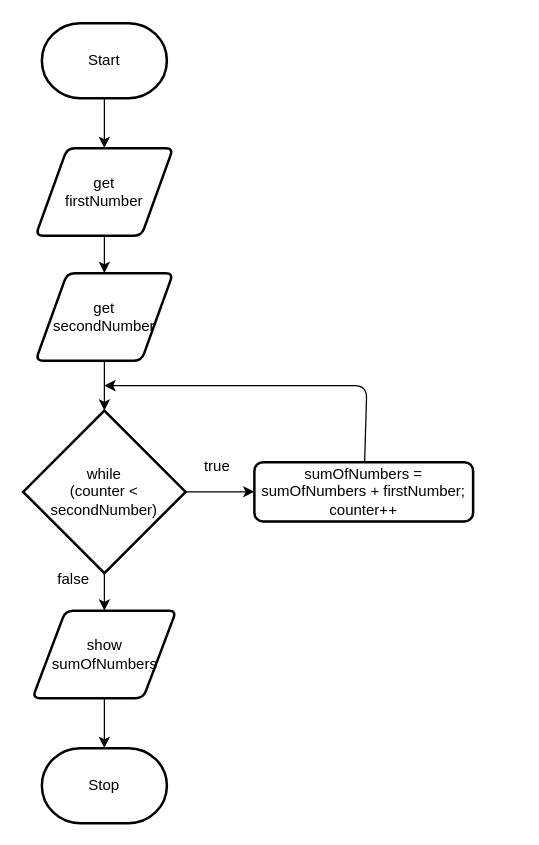
Above: design/flowchart.drawio in hai-tran-2/ICD2O-Unit-6-01-hai-tran-2 (draw.io), before the change. Source tidied: cells renumbered, new cells numbered last; positions are measured from the earlier drawing's top-left corner, leaving out a move shared by most shapes. Both pictures are drawn from the tidied source at 125%, with x=0, y=0 at pixel (22, 22).
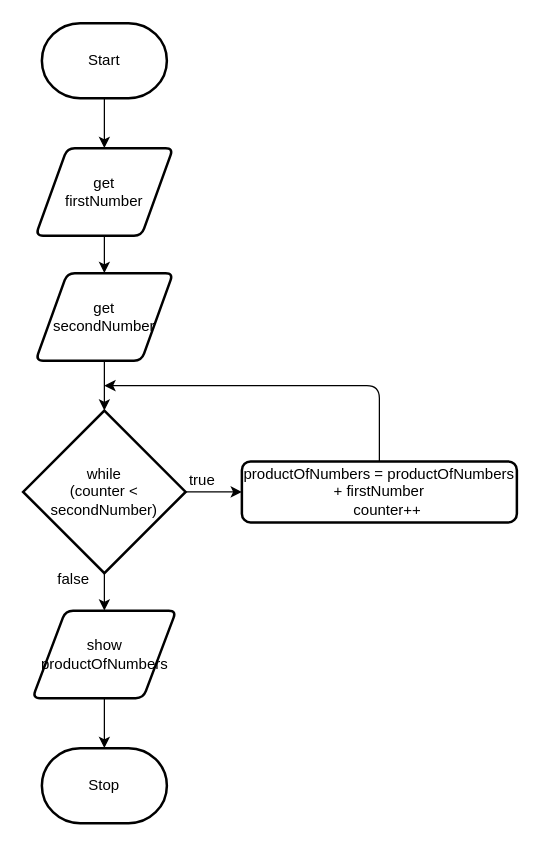
The same page after the edit.

The edit, as a diff of the source:
```diff
@@
 <mxGraphModel>
   <root>
     <mxCell id="0" />
     <mxCell id="1" parent="0" />
     <mxCell id="2" style="edgeStyle=none;html=1;" parent="1" edge="1" source="3" target="6">
       <mxGeometry relative="1" as="geometry" />
     </mxCell>
     <mxCell id="3" value="Start" style="strokeWidth=2;html=1;shape=mxgraph.flowchart.terminator;whiteSpace=wrap;" parent="1" vertex="1">
       <mxGeometry x="15" width="100" height="60" as="geometry" />
     </mxCell>
     <mxCell id="4" value="Stop" style="strokeWidth=2;html=1;shape=mxgraph.flowchart.terminator;whiteSpace=wrap;" parent="1" vertex="1">
       <mxGeometry x="15" y="580" width="100" height="60" as="geometry" />
     </mxCell>
     <mxCell id="5" style="edgeStyle=none;html=1;" parent="1" edge="1" source="6" target="8">
       <mxGeometry relative="1" as="geometry" />
     </mxCell>
     <mxCell id="6" value="get &lt;br&gt;firstNumber" style="shape=parallelogram;html=1;strokeWidth=2;perimeter=parallelogramPerimeter;whiteSpace=wrap;rounded=1;arcSize=12;size=0.23;" parent="1" vertex="1">
       <mxGeometry x="10" y="100" width="110" height="70" as="geometry" />
     </mxCell>
     <mxCell id="7" style="edgeStyle=none;html=1;entryX=0.5;entryY=0;entryDx=0;entryDy=0;entryPerimeter=0;" parent="1" edge="1" source="8" target="11">
       <mxGeometry relative="1" as="geometry" />
     </mxCell>
     <mxCell id="8" value="get &lt;br&gt;secondNumber" style="shape=parallelogram;html=1;strokeWidth=2;perimeter=parallelogramPerimeter;whiteSpace=wrap;rounded=1;arcSize=12;size=0.23;" parent="1" vertex="1">
       <mxGeometry x="10" y="200" width="110" height="70" as="geometry" />
     </mxCell>
     <mxCell id="9" style="edgeStyle=none;html=1;entryX=0;entryY=0.5;entryDx=0;entryDy=0;" parent="1" edge="1" source="11" target="13">
       <mxGeometry relative="1" as="geometry" />
     </mxCell>
     <mxCell id="10" style="edgeStyle=none;html=1;entryX=0.5;entryY=0;entryDx=0;entryDy=0;" parent="1" edge="1" source="11" target="16">
       <mxGeometry relative="1" as="geometry" />
     </mxCell>
     <mxCell id="11" value="while&lt;br&gt;(counter &amp;lt; &lt;br&gt;secondNumber)" style="strokeWidth=2;html=1;shape=mxgraph.flowchart.decision;whiteSpace=wrap;" parent="1" vertex="1">
       <mxGeometry y="310" width="130" height="130" as="geometry" />
     </mxCell>
     <mxCell id="12" style="edgeStyle=none;html=1;" parent="1" edge="1" source="13">
       <mxGeometry relative="1" as="geometry">
         <mxPoint x="65" y="290" as="targetPoint" />
         <Array as="points">
-          <mxPoint x="275" y="290" />
+          <mxPoint x="285" y="290" />
         </Array>
       </mxGeometry>
     </mxCell>
-    <mxCell id="13" value="sumOfNumbers = sumOfNumbers + firstNumber;&lt;br&gt;counter++" style="rounded=1;whiteSpace=wrap;html=1;absoluteArcSize=1;arcSize=14;strokeWidth=2;" parent="1" vertex="1">
-      <mxGeometry x="185" y="351.2" width="175" height="47.5" as="geometry" />
+    <mxCell id="13" value="&lt;div&gt;productOfNumbers = productOfNumbers + firstNumber&lt;/div&gt;&lt;div&gt;&amp;nbsp; &amp;nbsp; counter++&lt;/div&gt;" style="rounded=1;whiteSpace=wrap;html=1;absoluteArcSize=1;arcSize=14;strokeWidth=2;" parent="1" vertex="1">
+      <mxGeometry x="175" y="350.6" width="220" height="48.8" as="geometry" />
     </mxCell>
     <mxCell id="14" value="true" style="text;html=1;align=center;verticalAlign=middle;strokeColor=none;fillColor=none;" parent="1" vertex="1">
-      <mxGeometry x="135" y="340" width="40" height="30" as="geometry" />
+      <mxGeometry x="122.5" y="350.6" width="40" height="30" as="geometry" />
     </mxCell>
     <mxCell id="15" style="edgeStyle=none;html=1;" parent="1" edge="1" source="16" target="4">
       <mxGeometry relative="1" as="geometry" />
     </mxCell>
-    <mxCell id="16" value="show&lt;br&gt;sumOfNumbers" style="shape=parallelogram;html=1;strokeWidth=2;perimeter=parallelogramPerimeter;whiteSpace=wrap;rounded=1;arcSize=12;size=0.23;" parent="1" vertex="1">
+    <mxCell id="16" value="show&lt;br&gt;productOfNumbers" style="shape=parallelogram;html=1;strokeWidth=2;perimeter=parallelogramPerimeter;whiteSpace=wrap;rounded=1;arcSize=12;size=0.23;" parent="1" vertex="1">
       <mxGeometry x="7.5" y="470" width="115" height="70" as="geometry" />
     </mxCell>
     <mxCell id="17" value="false" style="text;html=1;align=center;verticalAlign=middle;strokeColor=none;fillColor=none;" parent="1" vertex="1">
       <mxGeometry x="15" y="430" width="50" height="30" as="geometry" />
     </mxCell>
   </root>
 </mxGraphModel>
```
